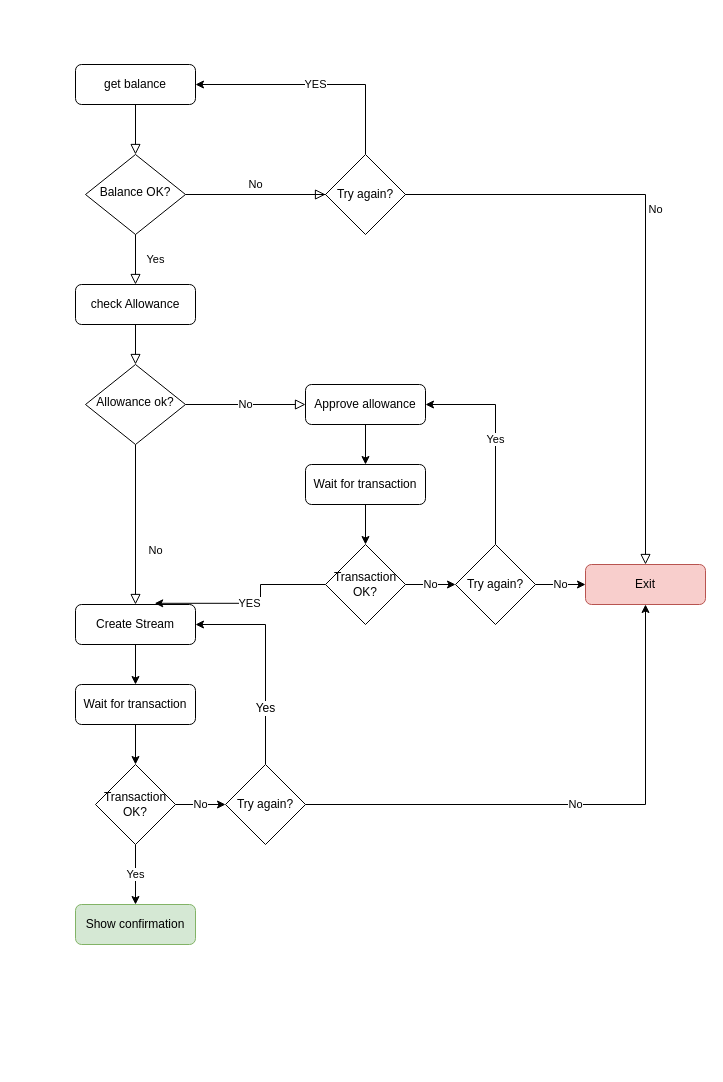
TripleSpeeder/web3Inheritance keeps this draw.io diagram as stream.drawio. Above is the earlier version. Source tidied: cells renumbered, new cells numbered last; positions are measured from the earlier drawing's top-left corner, leaving out a move shared by most shapes. Both pictures are drawn from the tidied source at 100%, with x=0, y=0 at pixel (75, 64).
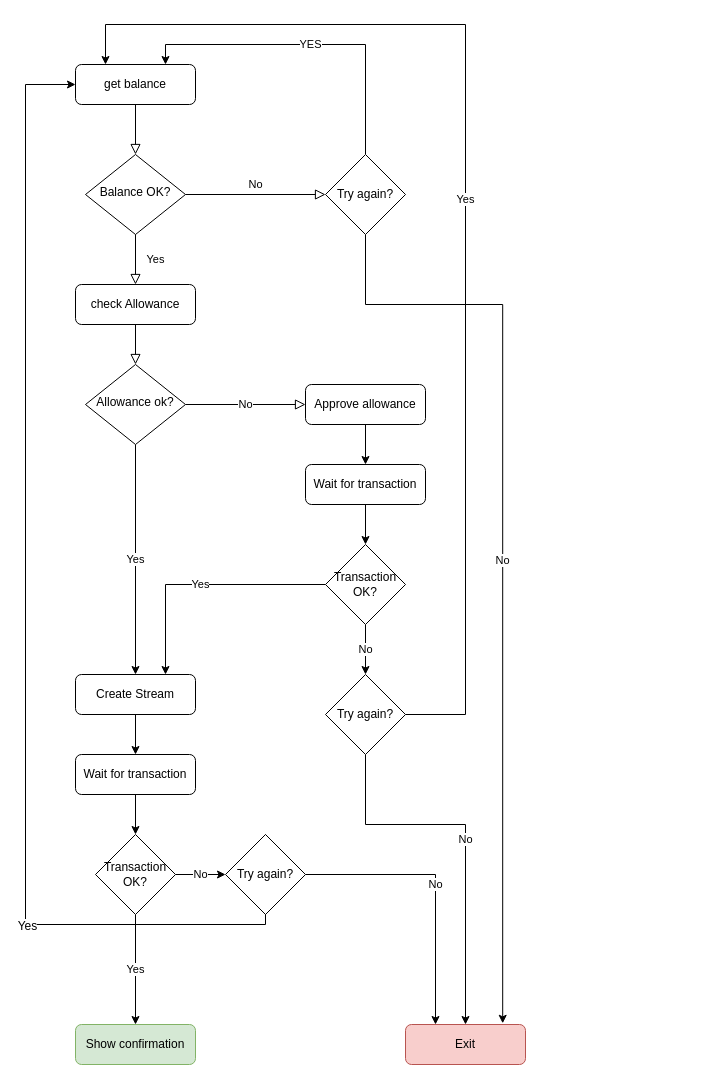
The same diagram, later.

Commit message:
docs: update workflow diagram "Retry" will always jump to the beginning of the workflow no matter what step caused the retry.

Unchanged cells that the change refers to:
```xml
<mxCell id="3" value="get balance" style="rounded=1;whiteSpace=wrap;html=1;fontSize=12;glass=0;strokeWidth=1;shadow=0;" parent="1" vertex="1">
  <mxGeometry width="120" height="40" as="geometry" />
</mxCell>
<mxCell id="10" value="Allowance ok?" style="rhombus;whiteSpace=wrap;html=1;shadow=0;fontFamily=Helvetica;fontSize=12;align=center;strokeWidth=1;spacing=6;spacingTop=-4;" parent="1" vertex="1">
  <mxGeometry x="10" y="300" width="100" height="80" as="geometry" />
</mxCell>
<mxCell id="13" value="Approve allowance" style="rounded=1;whiteSpace=wrap;html=1;fontSize=12;glass=0;strokeWidth=1;shadow=0;" parent="1" vertex="1">
  <mxGeometry x="230" y="320" width="120" height="40" as="geometry" />
</mxCell>
<mxCell id="20" value="Transaction OK?" style="rhombus;whiteSpace=wrap;html=1;" parent="1" vertex="1">
  <mxGeometry x="250" y="480" width="80" height="80" as="geometry" />
</mxCell>
<mxCell id="32" value="Try again?&lt;br&gt;" style="rhombus;whiteSpace=wrap;html=1;" parent="1" vertex="1">
  <mxGeometry x="250" y="90" width="80" height="80" as="geometry" />
</mxCell>
```

Diff of the diagram source:
```diff
@@
-    <mxCell id="5" value="No" style="edgeStyle=orthogonalEdgeStyle;rounded=0;html=1;jettySize=auto;fontSize=11;endArrow=block;endFill=0;endSize=8;strokeWidth=1;shadow=0;labelBackgroundColor=#ffffff;verticalAlign=middle;" parent="1" edge="1" source="32" target="7">
-      <mxGeometry y="10" relative="1" as="geometry">
-        <Array as="points">
-          <mxPoint x="240" y="130" />
-          <mxPoint x="240" y="130" />
-        </Array>
-      </mxGeometry>
-    </mxCell>
@@
     <mxCell id="7" value="Exit" style="rounded=1;whiteSpace=wrap;html=1;fontSize=12;glass=0;strokeWidth=1;shadow=0;fillColor=#f8cecc;strokeColor=#b85450;" parent="1" vertex="1">
-      <mxGeometry x="510" y="500" width="120" height="40" as="geometry" />
+      <mxGeometry x="330" y="960" width="120" height="40" as="geometry" />
     </mxCell>
+    <mxCell id="9" value="No" style="edgeStyle=orthogonalEdgeStyle;rounded=0;html=1;jettySize=auto;fontSize=11;endArrow=block;endFill=0;endSize=8;strokeWidth=1;shadow=0;labelBackgroundColor=#ffffff;entryX=0;entryY=0.5;entryDx=0;entryDy=0;" parent="1" edge="1" source="10" target="13">
+      <mxGeometry relative="1" as="geometry" />
+    </mxCell>
-    <mxCell id="8" value="No" style="rounded=0;html=1;jettySize=auto;fontSize=11;endArrow=block;endFill=0;endSize=8;strokeWidth=1;shadow=0;labelBackgroundColor=none;edgeStyle=orthogonalEdgeStyle;" parent="1" edge="1" source="10" target="12">
-      <mxGeometry x="0.33" y="20" relative="1" as="geometry" />
+    <mxCell id="8" value="Yes" style="edgeStyle=orthogonalEdgeStyle;rounded=0;jettySize=auto;html=1;exitX=0.5;exitY=1;exitDx=0;exitDy=0;entryX=0.5;entryY=0;entryDx=0;entryDy=0;" parent="1" edge="1" source="10" target="12">
+      <mxGeometry relative="1" as="geometry" />
     </mxCell>
-    <mxCell id="9" value="No" style="edgeStyle=orthogonalEdgeStyle;rounded=0;html=1;jettySize=auto;fontSize=11;endArrow=block;endFill=0;endSize=8;strokeWidth=1;shadow=0;labelBackgroundColor=#ffffff;" parent="1" edge="1" source="10" target="13">
-      <mxGeometry relative="1" as="geometry" />
-    </mxCell>
@@
     <mxCell id="12" value="Create Stream" style="rounded=1;whiteSpace=wrap;html=1;fontSize=12;glass=0;strokeWidth=1;shadow=0;" parent="1" vertex="1">
-      <mxGeometry y="540" width="120" height="40" as="geometry" />
+      <mxGeometry y="610" width="120" height="40" as="geometry" />
     </mxCell>
@@
+    <mxCell id="19" value="No" style="edgeStyle=orthogonalEdgeStyle;rounded=0;jettySize=auto;html=1;labelBackgroundColor=#ffffff;entryX=0.5;entryY=0;entryDx=0;entryDy=0;" parent="1" edge="1" source="20" target="23">
+      <mxGeometry relative="1" as="geometry" />
+    </mxCell>
-    <mxCell id="18" value="YES" style="edgeStyle=orthogonalEdgeStyle;rounded=0;jettySize=auto;html=1;exitX=0;exitY=0.5;exitDx=0;exitDy=0;entryX=0.66;entryY=-0.03;entryDx=0;entryDy=0;entryPerimeter=0;" parent="1" edge="1" source="20" target="12">
+    <mxCell id="18" value="Yes" style="edgeStyle=orthogonalEdgeStyle;rounded=0;jettySize=auto;html=1;exitX=0;exitY=0.5;exitDx=0;exitDy=0;entryX=0.75;entryY=0;entryDx=0;entryDy=0;" parent="1" edge="1" source="20" target="12">
       <mxGeometry relative="1" as="geometry" />
     </mxCell>
-    <mxCell id="19" value="No" style="edgeStyle=orthogonalEdgeStyle;rounded=0;jettySize=auto;html=1;labelBackgroundColor=#ffffff;entryX=0;entryY=0.5;entryDx=0;entryDy=0;" parent="1" edge="1" source="20" target="23">
-      <mxGeometry relative="1" as="geometry" />
-    </mxCell>
@@
+    <mxCell id="22" value="Yes" style="edgeStyle=orthogonalEdgeStyle;rounded=0;jettySize=auto;html=1;exitX=1;exitY=0.5;exitDx=0;exitDy=0;entryX=0.25;entryY=0;entryDx=0;entryDy=0;labelBackgroundColor=#ffffff;" parent="1" edge="1" source="23" target="3">
+      <mxGeometry relative="1" as="geometry">
+        <Array as="points">
+          <mxPoint x="390" y="650" />
+          <mxPoint x="390" y="-40" />
+          <mxPoint x="30" y="-40" />
+        </Array>
+      </mxGeometry>
+    </mxCell>
-    <mxCell id="21" value="No" style="edgeStyle=orthogonalEdgeStyle;rounded=0;jettySize=auto;html=1;exitX=1;exitY=0.5;exitDx=0;exitDy=0;entryX=0;entryY=0.5;entryDx=0;entryDy=0;labelBackgroundColor=#ffffff;" parent="1" edge="1" source="23" target="7">
-      <mxGeometry relative="1" as="geometry" />
+    <mxCell id="21" value="No" style="edgeStyle=orthogonalEdgeStyle;rounded=0;jettySize=auto;html=1;exitX=0.5;exitY=1;exitDx=0;exitDy=0;entryX=0.5;entryY=0;entryDx=0;entryDy=0;" parent="1" edge="1" source="23" target="7">
+      <mxGeometry relative="1" as="geometry">
+        <Array as="points">
+          <mxPoint x="290" y="760" />
+          <mxPoint x="390" y="760" />
+        </Array>
+      </mxGeometry>
     </mxCell>
-    <mxCell id="22" value="Yes" style="edgeStyle=orthogonalEdgeStyle;rounded=0;jettySize=auto;html=1;exitX=0.5;exitY=0;exitDx=0;exitDy=0;entryX=1;entryY=0.5;entryDx=0;entryDy=0;labelBackgroundColor=#ffffff;" parent="1" edge="1" source="23" target="13">
-      <mxGeometry relative="1" as="geometry" />
-    </mxCell>
     <mxCell id="23" value="Try again?&lt;br&gt;" style="rhombus;whiteSpace=wrap;html=1;" parent="1" vertex="1">
-      <mxGeometry x="380" y="480" width="80" height="80" as="geometry" />
+      <mxGeometry x="250" y="610" width="80" height="80" as="geometry" />
     </mxCell>
@@
     <mxCell id="26" value="Wait for transaction" style="rounded=1;whiteSpace=wrap;html=1;" parent="1" vertex="1">
-      <mxGeometry y="620" width="120" height="40" as="geometry" />
+      <mxGeometry y="690" width="120" height="40" as="geometry" />
     </mxCell>
@@
     <mxCell id="29" value="Transaction OK?" style="rhombus;whiteSpace=wrap;html=1;" parent="1" vertex="1">
-      <mxGeometry x="20" y="700" width="80" height="80" as="geometry" />
+      <mxGeometry x="20" y="770" width="80" height="80" as="geometry" />
     </mxCell>
     <mxCell id="30" value="Show confirmation" style="rounded=1;whiteSpace=wrap;html=1;fillColor=#d5e8d4;strokeColor=#82b366;" parent="1" vertex="1">
-      <mxGeometry y="840" width="120" height="40" as="geometry" />
+      <mxGeometry y="960" width="120" height="40" as="geometry" />
     </mxCell>
-    <mxCell id="31" value="YES" style="edgeStyle=orthogonalEdgeStyle;rounded=0;jettySize=auto;html=1;exitX=0.5;exitY=0;exitDx=0;exitDy=0;entryX=1;entryY=0.5;entryDx=0;entryDy=0;labelBackgroundColor=#ffffff;" parent="1" edge="1" source="32" target="3">
+    <mxCell id="31" value="YES" style="edgeStyle=orthogonalEdgeStyle;rounded=0;jettySize=auto;html=1;exitX=0.5;exitY=0;exitDx=0;exitDy=0;entryX=0.75;entryY=0;entryDx=0;entryDy=0;labelBackgroundColor=#ffffff;" parent="1" edge="1" source="32" target="3">
       <mxGeometry relative="1" as="geometry" />
     </mxCell>
+    <mxCell id="5" value="No" style="edgeStyle=orthogonalEdgeStyle;rounded=0;jettySize=auto;html=1;exitX=0.5;exitY=1;exitDx=0;exitDy=0;entryX=0.81;entryY=-0.03;entryDx=0;entryDy=0;entryPerimeter=0;" parent="1" edge="1" source="32" target="7">
+      <mxGeometry relative="1" as="geometry">
+        <Array as="points">
+          <mxPoint x="290" y="240" />
+          <mxPoint x="427" y="240" />
+        </Array>
+      </mxGeometry>
+    </mxCell>
@@
-    <mxCell id="34" value="No" style="edgeStyle=orthogonalEdgeStyle;rounded=0;jettySize=auto;html=1;exitX=1;exitY=0.5;exitDx=0;exitDy=0;labelBackgroundColor=#ffffff;entryX=0.5;entryY=1;entryDx=0;entryDy=0;" parent="1" edge="1" source="37" target="7">
-      <mxGeometry relative="1" as="geometry" />
-    </mxCell>
-    <mxCell id="35" style="edgeStyle=orthogonalEdgeStyle;rounded=0;jettySize=auto;html=1;entryX=1;entryY=0.5;entryDx=0;entryDy=0;labelBackgroundColor=#ffffff;exitX=0.5;exitY=0;exitDx=0;exitDy=0;" parent="1" edge="1" source="37" target="12">
-      <mxGeometry relative="1" as="geometry" />
+    <mxCell id="35" style="edgeStyle=orthogonalEdgeStyle;rounded=0;jettySize=auto;html=1;labelBackgroundColor=#ffffff;exitX=0.5;exitY=0;exitDx=0;exitDy=0;" parent="1" edge="1" source="37" target="3">
+      <mxGeometry relative="1" as="geometry">
+        <Array as="points">
+          <mxPoint x="190" y="860" />
+          <mxPoint x="-50" y="860" />
+          <mxPoint x="-50" y="20" />
+        </Array>
+      </mxGeometry>
     </mxCell>
@@
+    <mxCell id="34" value="No" style="edgeStyle=orthogonalEdgeStyle;rounded=0;jettySize=auto;html=1;exitX=1;exitY=0.5;exitDx=0;exitDy=0;entryX=0.25;entryY=0;entryDx=0;entryDy=0;" parent="1" edge="1" source="37" target="7">
+      <mxGeometry relative="1" as="geometry" />
+    </mxCell>
     <mxCell id="37" value="Try again?&lt;br&gt;" style="rhombus;whiteSpace=wrap;html=1;" parent="1" vertex="1">
-      <mxGeometry x="150" y="700" width="80" height="80" as="geometry" />
+      <mxGeometry x="150" y="770" width="80" height="80" as="geometry" />
     </mxCell>
```
